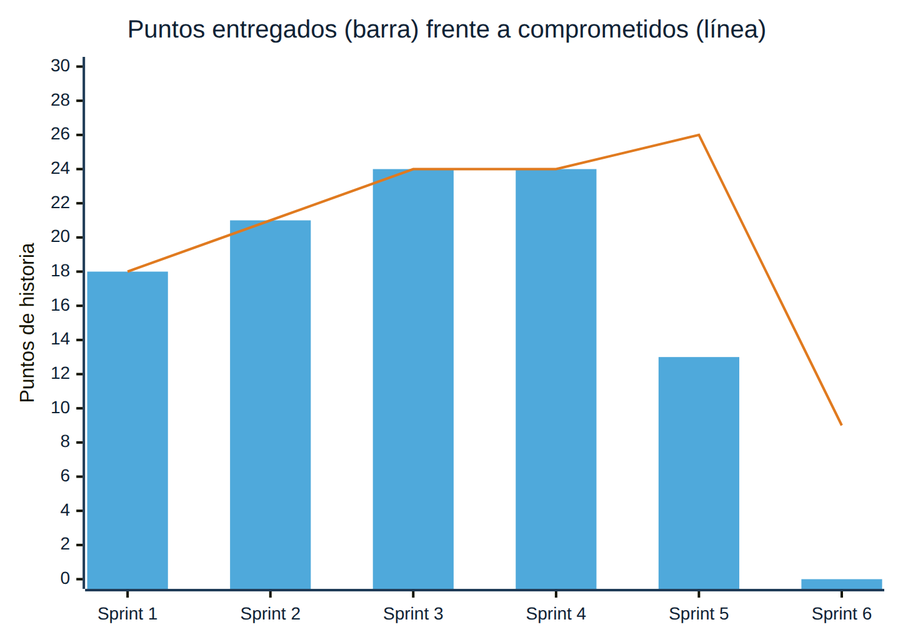
The Mermaid diagram Gráficas/imagenes/avance-1.png in Alexander-hub-co/Fundamentos_Ing_SW, before a commit. Its source is kept beside it as Gráficas/fuentes/avance-1.mmd.
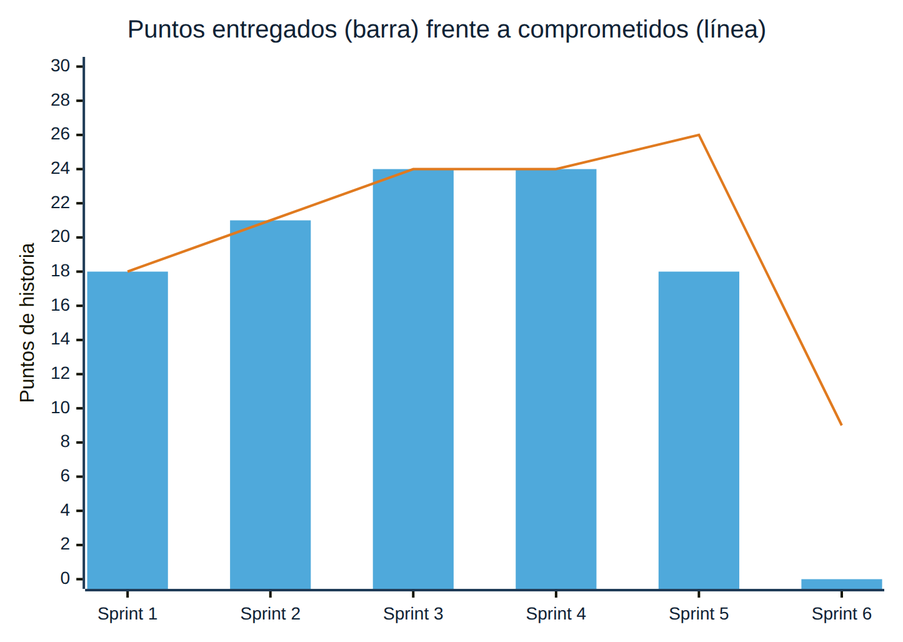
The same file after the commit.

What changed in the source:
```diff
@@ -2,5 +2,5 @@
     title "Puntos entregados (barra) frente a comprometidos (línea)"
     x-axis ["Sprint 1", "Sprint 2", "Sprint 3", "Sprint 4", "Sprint 5", "Sprint 6"]
     y-axis "Puntos de historia" 0 --> 30
-    bar [18, 21, 24, 24, 13, 0]
+    bar [18, 21, 24, 24, 18, 0]
     line [18, 21, 24, 24, 26, 9]
```
